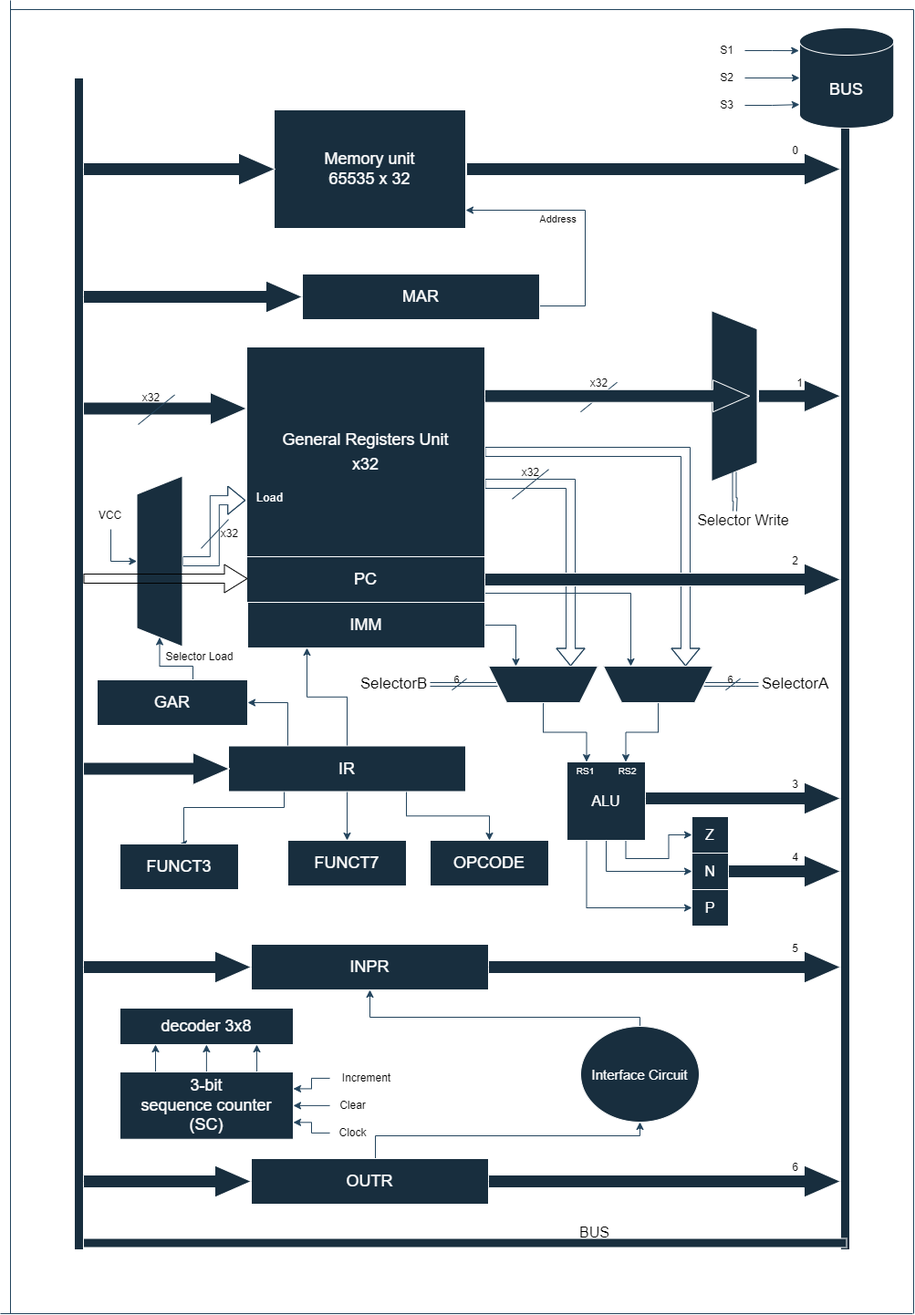
Above: doc/Shematic V2.1.png in MostafaBoostan/RISC-V-Computer-design (draw.io), before the change. Source tidied: cells renumbered, new cells last; positions are measured from the earlier drawing's top-left corner, leaving out a move shared by most shapes.
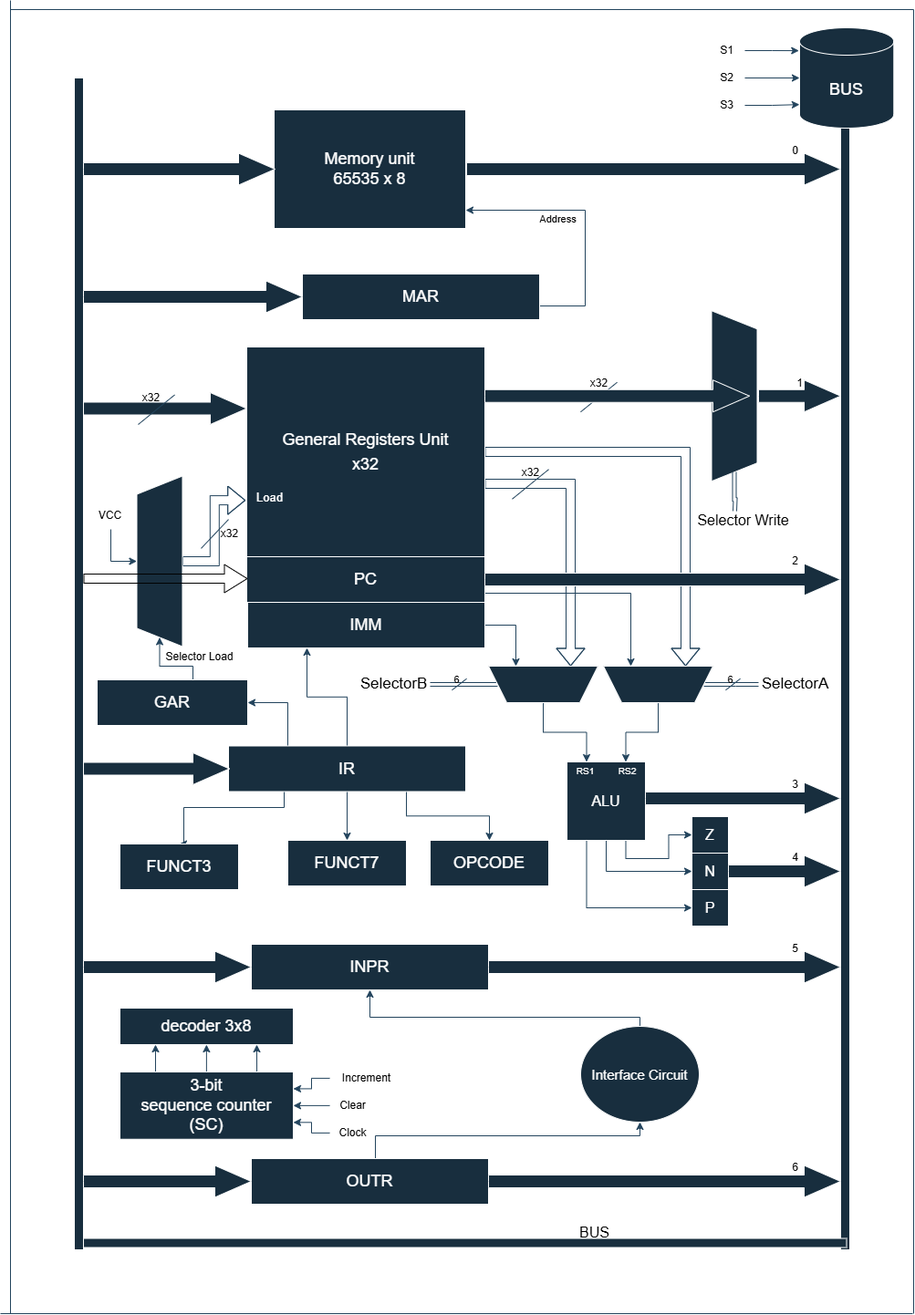
After the change.

Commit message:
fix the memory problem shematic

Diff of the diagram source:
```diff
@@ -2,7 +2,7 @@
   <root>
     <mxCell id="0" />
     <mxCell id="1" parent="0" />
-    <mxCell id="2" value="&lt;font style=&quot;font-size: 18px;&quot;&gt;Memory unit&lt;/font&gt;&lt;div&gt;&lt;font style=&quot;font-size: 18px;&quot;&gt;65535 x 32&lt;/font&gt;&lt;/div&gt;" style="rounded=0;whiteSpace=wrap;html=1;fillStyle=auto;labelBackgroundColor=none;labelBorderColor=none;textShadow=0;fillColor=#182E3E;strokeColor=#FFFFFF;fontColor=light-dark(#FFFFFF,#121212);" parent="1" vertex="1">
+    <mxCell id="2" value="&lt;font style=&quot;font-size: 18px;&quot;&gt;Memory unit&lt;/font&gt;&lt;div&gt;&lt;font style=&quot;font-size: 18px;&quot;&gt;65535 x 8&lt;/font&gt;&lt;/div&gt;" style="rounded=0;whiteSpace=wrap;html=1;fillStyle=auto;labelBackgroundColor=none;labelBorderColor=none;textShadow=0;fillColor=#182E3E;strokeColor=#FFFFFF;fontColor=light-dark(#FFFFFF,#121212);" parent="1" vertex="1">
       <mxGeometry x="300" y="120" width="210" height="130" as="geometry" />
     </mxCell>
     <mxCell id="3" style="edgeStyle=orthogonalEdgeStyle;rounded=0;orthogonalLoop=1;jettySize=auto;html=1;labelBackgroundColor=none;fontColor=light-dark(#000000, #121212);labelBorderColor=none;textShadow=0;strokeColor=#23445D;" parent="1" edge="1">
```
